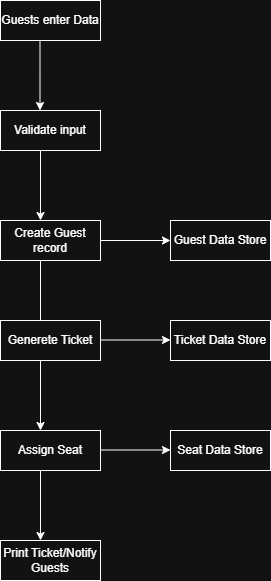
Earlier version of the draw.io export Level 1.png (RaymondAbesiga/SAD-Course-work). Source tidied: cells renumbered, new cells last; positions are measured from the earlier drawing's top-left corner, leaving out a move shared by most shapes.
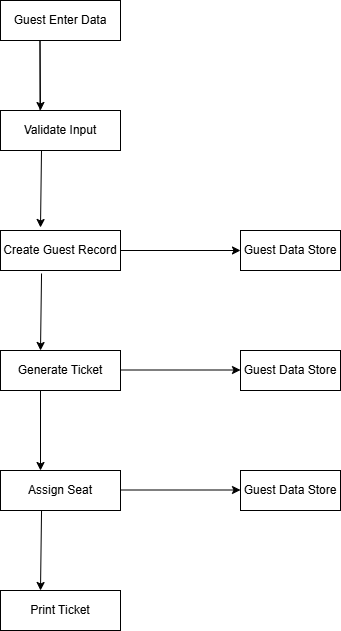
The same file after the commit.

Change to the diagram source:
```diff
@@ -2,80 +2,80 @@
   <root>
     <mxCell id="0" />
     <mxCell id="1" parent="0" />
-    <mxCell id="2" value="Guests enter Data" style="whiteSpace=wrap;html=1;align=center;" parent="1" vertex="1">
-      <mxGeometry width="100" height="40" as="geometry" />
-    </mxCell>
-    <mxCell id="3" style="endArrow=classic;html=1;rounded=0;" parent="1" edge="1">
-      <mxGeometry relative="1" as="geometry">
-        <mxPoint x="39.5" y="40" as="sourcePoint" />
-        <mxPoint x="39.5" y="110" as="targetPoint" />
-      </mxGeometry>
-    </mxCell>
-    <mxCell id="4" value="Validate input" style="whiteSpace=wrap;html=1;align=center;" parent="1" vertex="1">
-      <mxGeometry y="110" width="100" height="40" as="geometry" />
-    </mxCell>
-    <mxCell id="5" style="endArrow=classic;html=1;rounded=0;" parent="1" edge="1">
-      <mxGeometry relative="1" as="geometry">
-        <mxPoint x="40" y="150" as="sourcePoint" />
-        <mxPoint x="40" y="220" as="targetPoint" />
-      </mxGeometry>
-    </mxCell>
-    <mxCell id="6" value="Create Guest record" style="whiteSpace=wrap;html=1;align=center;" parent="1" vertex="1">
-      <mxGeometry y="220" width="100" height="40" as="geometry" />
-    </mxCell>
-    <mxCell id="7" style="endArrow=classic;html=1;rounded=0;" parent="1" edge="1">
-      <mxGeometry relative="1" as="geometry">
-        <mxPoint x="40" y="260" as="sourcePoint" />
-        <mxPoint x="40" y="330" as="targetPoint" />
-      </mxGeometry>
-    </mxCell>
-    <mxCell id="8" value="Generete Ticket" style="whiteSpace=wrap;html=1;align=center;" parent="1" vertex="1">
-      <mxGeometry y="320" width="100" height="40" as="geometry" />
-    </mxCell>
-    <mxCell id="9" style="endArrow=classic;html=1;rounded=0;" parent="1" edge="1">
-      <mxGeometry relative="1" as="geometry">
-        <mxPoint x="100" y="240" as="sourcePoint" />
-        <mxPoint x="170" y="240" as="targetPoint" />
-      </mxGeometry>
-    </mxCell>
-    <mxCell id="10" value="Guest Data Store" style="whiteSpace=wrap;html=1;align=center;" parent="1" vertex="1">
-      <mxGeometry x="170" y="220" width="100" height="40" as="geometry" />
-    </mxCell>
-    <mxCell id="11" style="endArrow=classic;html=1;rounded=0;" parent="1" edge="1">
-      <mxGeometry relative="1" as="geometry">
-        <mxPoint x="100" y="339.5" as="sourcePoint" />
-        <mxPoint x="170" y="339.5" as="targetPoint" />
-      </mxGeometry>
-    </mxCell>
-    <mxCell id="12" value="Ticket Data Store" style="whiteSpace=wrap;html=1;align=center;" parent="1" vertex="1">
-      <mxGeometry x="170" y="320" width="100" height="40" as="geometry" />
-    </mxCell>
-    <mxCell id="13" style="endArrow=classic;html=1;rounded=0;" parent="1" edge="1">
-      <mxGeometry relative="1" as="geometry">
-        <mxPoint x="40" y="360" as="sourcePoint" />
-        <mxPoint x="40" y="430" as="targetPoint" />
-      </mxGeometry>
-    </mxCell>
+    <mxCell id="19" value="Guest Enter Data" style="whiteSpace=wrap;html=1;align=center;" parent="1" vertex="1">
+      <mxGeometry y="-40" width="120" height="40" as="geometry" />
+    </mxCell>
+    <mxCell id="20" style="endArrow=classic;html=1;rounded=0;" parent="1" edge="1">
+      <mxGeometry relative="1" as="geometry">
+        <mxPoint x="39.5" y="90" as="sourcePoint" />
+        <mxPoint x="40" y="70" as="targetPoint" />
+        <Array as="points">
+          <mxPoint x="39.5" />
+        </Array>
+      </mxGeometry>
+    </mxCell>
+    <mxCell id="21" value="Validate Input" style="whiteSpace=wrap;html=1;align=center;" parent="1" vertex="1">
+      <mxGeometry y="70" width="120" height="40" as="geometry" />
+    </mxCell>
+    <mxCell id="22" value="Create Guest Record" style="whiteSpace=wrap;html=1;align=center;" parent="1" vertex="1">
+      <mxGeometry y="190" width="120" height="40" as="geometry" />
+    </mxCell>
+    <mxCell id="23" style="endArrow=classic;html=1;rounded=0;exitX=0.342;exitY=1.075;exitDx=0;exitDy=0;exitPerimeter=0;" parent="1" edge="1" source="22">
+      <mxGeometry relative="1" as="geometry">
+        <mxPoint x="40" y="310" as="targetPoint" />
+      </mxGeometry>
+    </mxCell>
+    <mxCell id="24" value="Generate Ticket" style="whiteSpace=wrap;html=1;align=center;" parent="1" vertex="1">
+      <mxGeometry y="310" width="120" height="40" as="geometry" />
+    </mxCell>
+    <mxCell id="25" value="Guest Data Store" style="whiteSpace=wrap;html=1;align=center;" parent="1" vertex="1">
+      <mxGeometry x="240" y="190" width="100" height="40" as="geometry" />
+    </mxCell>
+    <mxCell id="26" style="endArrow=classic;html=1;rounded=0;" parent="1" edge="1">
+      <mxGeometry relative="1" as="geometry">
+        <mxPoint x="40" y="350" as="sourcePoint" />
+        <mxPoint x="40" y="430" as="targetPoint" />
+      </mxGeometry>
+    </mxCell>
     <mxCell id="14" value="Assign Seat" style="whiteSpace=wrap;html=1;align=center;" parent="1" vertex="1">
-      <mxGeometry y="430" width="100" height="40" as="geometry" />
+      <mxGeometry y="430" width="120" height="40" as="geometry" />
     </mxCell>
-    <mxCell id="15" style="endArrow=classic;html=1;rounded=0;" parent="1" edge="1">
-      <mxGeometry relative="1" as="geometry">
-        <mxPoint x="100" y="449.5" as="sourcePoint" />
-        <mxPoint x="170" y="449.5" as="targetPoint" />
-      </mxGeometry>
-    </mxCell>
-    <mxCell id="16" value="Seat Data Store" style="whiteSpace=wrap;html=1;align=center;" parent="1" vertex="1">
-      <mxGeometry x="170" y="430" width="100" height="40" as="geometry" />
-    </mxCell>
-    <mxCell id="17" style="endArrow=classic;html=1;rounded=0;" parent="1" edge="1">
-      <mxGeometry relative="1" as="geometry">
-        <mxPoint x="40" y="470" as="sourcePoint" />
-        <mxPoint x="40" y="540" as="targetPoint" />
-      </mxGeometry>
-    </mxCell>
-    <mxCell id="18" value="Print Ticket/Notify Guests" style="whiteSpace=wrap;html=1;align=center;" parent="1" vertex="1">
-      <mxGeometry y="540" width="100" height="40" as="geometry" />
-    </mxCell>
+    <mxCell id="27" value="Print Ticket" style="whiteSpace=wrap;html=1;align=center;" parent="1" vertex="1">
+      <mxGeometry y="550" width="120" height="40" as="geometry" />
+    </mxCell>
+    <mxCell id="28" style="endArrow=classic;html=1;rounded=0;exitX=0.342;exitY=1;exitDx=0;exitDy=0;exitPerimeter=0;" parent="1" edge="1" source="14">
+      <mxGeometry relative="1" as="geometry">
+        <mxPoint x="40" y="550" as="targetPoint" />
+      </mxGeometry>
+    </mxCell>
+    <mxCell id="29" value="Guest Data Store" style="whiteSpace=wrap;html=1;align=center;" parent="1" vertex="1">
+      <mxGeometry x="240" y="310" width="100" height="40" as="geometry" />
+    </mxCell>
+    <mxCell id="30" value="Guest Data Store" style="whiteSpace=wrap;html=1;align=center;" parent="1" vertex="1">
+      <mxGeometry x="240" y="430" width="100" height="40" as="geometry" />
+    </mxCell>
+    <mxCell id="31" style="endArrow=classic;html=1;rounded=0;exitX=1;exitY=0.5;exitDx=0;exitDy=0;" parent="1" edge="1" source="22">
+      <mxGeometry relative="1" as="geometry">
+        <mxPoint x="240" y="210" as="targetPoint" />
+      </mxGeometry>
+    </mxCell>
+    <mxCell id="32" style="endArrow=classic;html=1;rounded=0;exitX=1;exitY=0.5;exitDx=0;exitDy=0;" parent="1" edge="1">
+      <mxGeometry relative="1" as="geometry">
+        <mxPoint x="120" y="329.5" as="sourcePoint" />
+        <mxPoint x="240" y="329.5" as="targetPoint" />
+      </mxGeometry>
+    </mxCell>
+    <mxCell id="33" style="endArrow=classic;html=1;rounded=0;exitX=1;exitY=0.5;exitDx=0;exitDy=0;" parent="1" edge="1">
+      <mxGeometry relative="1" as="geometry">
+        <mxPoint x="120" y="449.5" as="sourcePoint" />
+        <mxPoint x="240" y="449.5" as="targetPoint" />
+      </mxGeometry>
+    </mxCell>
+    <mxCell id="34" style="endArrow=classic;html=1;rounded=0;exitX=0.342;exitY=1.075;exitDx=0;exitDy=0;exitPerimeter=0;" parent="1" edge="1">
+      <mxGeometry relative="1" as="geometry">
+        <mxPoint x="41" y="110" as="sourcePoint" />
+        <mxPoint x="40" y="187" as="targetPoint" />
+      </mxGeometry>
+    </mxCell>
   </root>
 </mxGraphModel>
```
